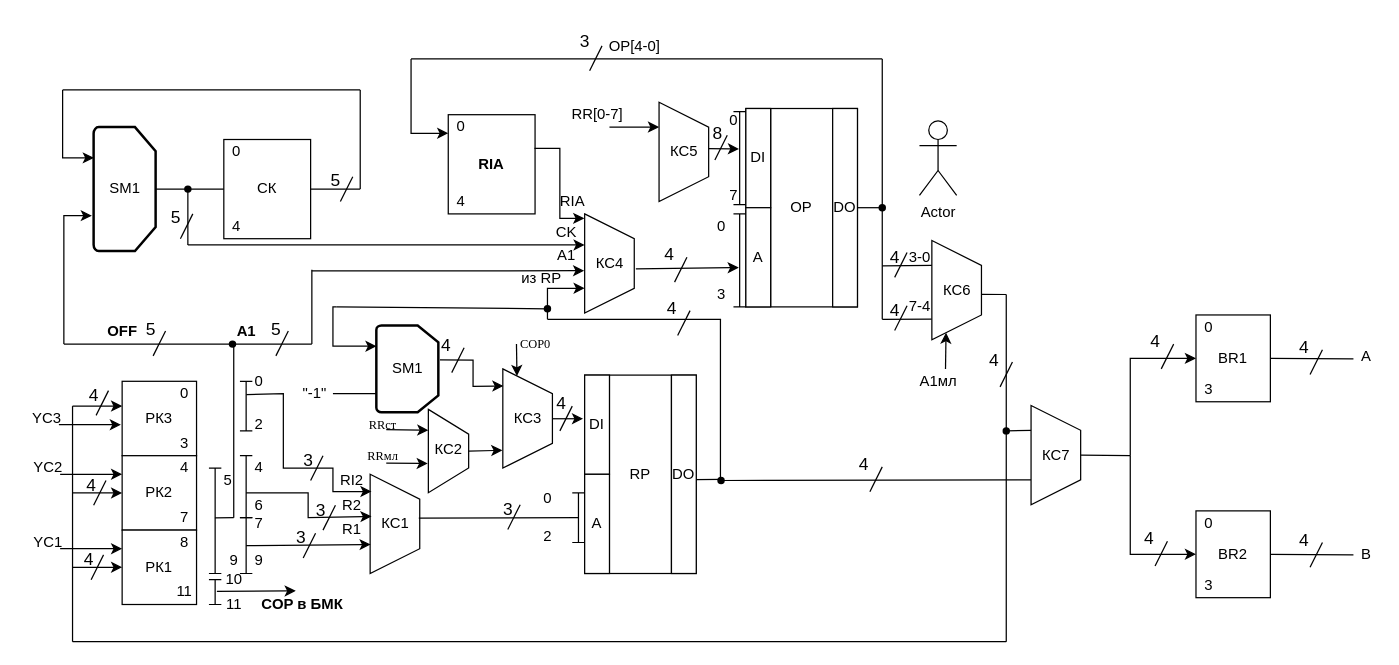
The draw.io diagram func_scheme_BUK.drawio in TimurQQ/Workshop, before the edit. Source tidied: cells renumbered, new cells numbered last; positions are measured from the earlier drawing's top-left corner, leaving out a move shared by most shapes. Both pictures are drawn from the tidied source at 124%, with x=0, y=0 at pixel (21, 21).
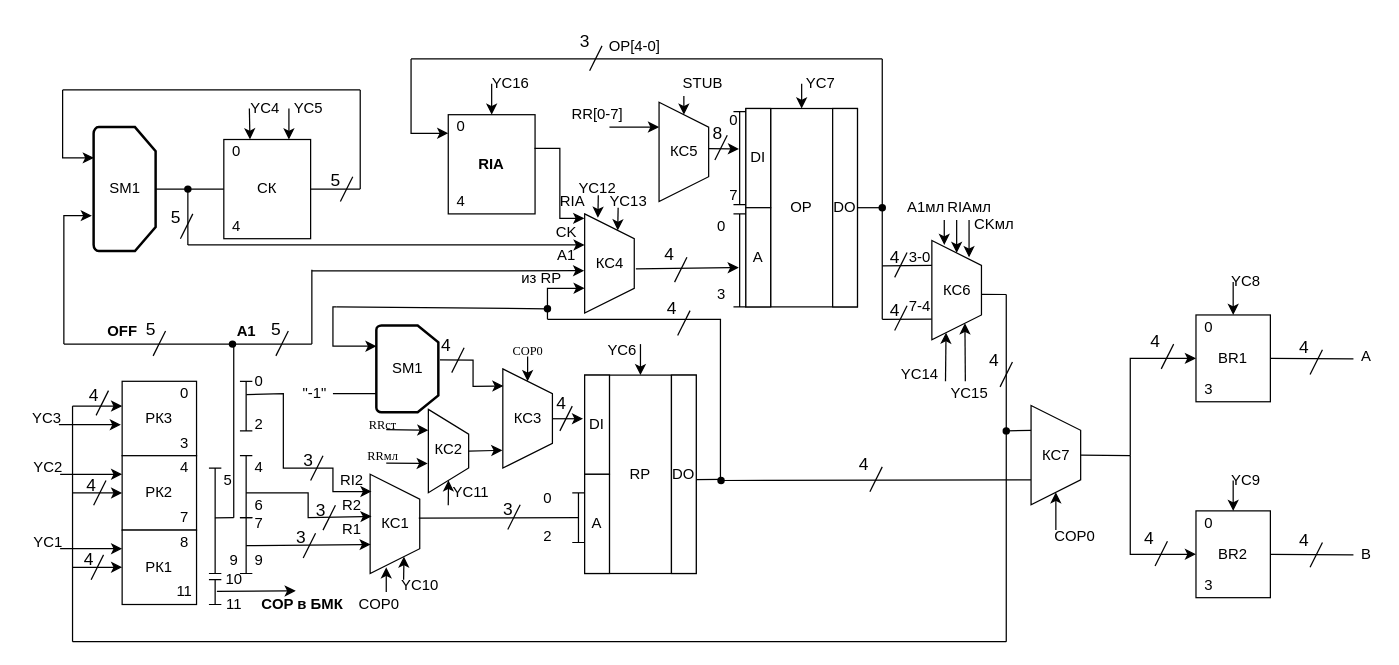
The same page after the edit.

Unchanged cells that the change refers to:
```xml
<mxCell id="2" value="СК" style="rounded=0;whiteSpace=wrap;html=1;" parent="1" vertex="1">
  <mxGeometry x="163" y="95" width="70" height="80" as="geometry" />
</mxCell>
<mxCell id="14" value="&lt;b&gt;RIA&lt;/b&gt;" style="rounded=0;whiteSpace=wrap;html=1;" parent="1" vertex="1">
  <mxGeometry x="344" y="75" width="70" height="80" as="geometry" />
</mxCell>
<mxCell id="26" value="BR1" style="rounded=0;whiteSpace=wrap;html=1;" parent="1" vertex="1">
  <mxGeometry x="947" y="236.5" width="60" height="70" as="geometry" />
</mxCell>
<mxCell id="29" value="BR2" style="rounded=0;whiteSpace=wrap;html=1;" parent="1" vertex="1">
  <mxGeometry x="947" y="394.5" width="60" height="70" as="geometry" />
</mxCell>
<mxCell id="47" value="OP" style="shape=process;whiteSpace=wrap;html=1;backgroundOutline=1;size=0.2222222222222222;" parent="1" vertex="1">
  <mxGeometry x="584" y="70" width="90" height="160" as="geometry" />
</mxCell>
<mxCell id="50" value="RP" style="shape=process;whiteSpace=wrap;html=1;backgroundOutline=1;size=0.2222222222222222;" parent="1" vertex="1">
  <mxGeometry x="454" y="285" width="90" height="160" as="geometry" />
</mxCell>
<mxCell id="62" style="shape=trapezoid;perimeter=trapezoidPerimeter;whiteSpace=wrap;html=1;fixedSize=1;rotation=90;" parent="1" vertex="1">
  <mxGeometry x="261" y="385" width="80" height="40" as="geometry" />
</mxCell>
<mxCell id="94" style="shape=trapezoid;perimeter=trapezoidPerimeter;whiteSpace=wrap;html=1;fixedSize=1;rotation=90;" parent="1" vertex="1">
  <mxGeometry x="434" y="175" width="80" height="40" as="geometry" />
</mxCell>
<mxCell id="99" style="shape=trapezoid;perimeter=trapezoidPerimeter;whiteSpace=wrap;html=1;fixedSize=1;rotation=90;" parent="1" vertex="1">
  <mxGeometry x="368" y="300" width="80" height="40" as="geometry" />
</mxCell>
<mxCell id="104" style="shape=trapezoid;perimeter=trapezoidPerimeter;whiteSpace=wrap;html=1;fixedSize=1;rotation=90;" parent="1" vertex="1">
  <mxGeometry x="714" y="196.5" width="80" height="40" as="geometry" />
</mxCell>
<mxCell id="160" style="shape=trapezoid;perimeter=trapezoidPerimeter;whiteSpace=wrap;html=1;fixedSize=1;rotation=90;" parent="1" vertex="1">
  <mxGeometry x="794" y="329.5" width="80" height="40" as="geometry" />
</mxCell>
<mxCell id="196" style="shape=trapezoid;perimeter=trapezoidPerimeter;whiteSpace=wrap;html=1;fixedSize=1;rotation=90;" parent="1" vertex="1">
  <mxGeometry x="310.6" y="330" width="67.2" height="32.5" as="geometry" />
</mxCell>
<mxCell id="209" style="shape=trapezoid;perimeter=trapezoidPerimeter;whiteSpace=wrap;html=1;fixedSize=1;rotation=90;" parent="1" vertex="1">
  <mxGeometry x="494" y="85" width="80" height="40" as="geometry" />
</mxCell>
```

Change to the diagram source:
```diff
@@
-    <mxCell id="106" style="endArrow=classic;html=1;rounded=0;entryX=1;entryY=0.75;entryDx=0;entryDy=0;" parent="1" edge="1" target="104">
+    <mxCell id="106" style="endArrow=classic;html=1;rounded=0;" parent="1" edge="1">
       <mxGeometry relative="1" as="geometry">
-        <mxPoint x="745" y="280" as="sourcePoint" />
+        <mxPoint x="744" y="160" as="sourcePoint" />
+        <mxPoint x="744" y="180" as="targetPoint" />
       </mxGeometry>
     </mxCell>
     <mxCell id="107" value="А1мл" style="text;html=1;align=center;verticalAlign=middle;points=[];strokeColor=none;fillColor=none;" parent="1" vertex="1">
-      <mxGeometry x="714" y="280" width="50" height="20" as="geometry" />
+      <mxGeometry x="704" y="140" width="50" height="20" as="geometry" />
     </mxCell>
@@
-    <mxCell id="159" value="Actor" style="shape=umlActor;verticalLabelPosition=bottom;verticalAlign=top;html=1;" parent="1" vertex="1">
-      <mxGeometry x="724" y="80" width="30" height="60" as="geometry" />
-    </mxCell>
@@
-    <mxCell id="207" style="endArrow=classic;html=1;rounded=0;fontFamily=Times New Roman;fontSize=10;entryX=0;entryY=0.75;entryDx=0;entryDy=0;" parent="1" edge="1" target="99">
+    <mxCell id="207" style="endArrow=classic;html=1;rounded=0;fontFamily=Times New Roman;fontSize=10;entryX=0;entryY=0.5;entryDx=0;entryDy=0;" parent="1" edge="1" target="99">
       <mxGeometry relative="1" as="geometry">
-        <mxPoint x="399" y="260" as="sourcePoint" />
+        <mxPoint x="408" y="270" as="sourcePoint" />
       </mxGeometry>
     </mxCell>
     <mxCell id="208" value="COP0" style="text;html=1;align=center;verticalAlign=middle;strokeColor=none;fillColor=none;fontSize=10;fontFamily=Times New Roman;" parent="1" vertex="1">
-      <mxGeometry x="394" y="250" width="40" height="20" as="geometry" />
+      <mxGeometry x="388" y="255" width="40" height="20" as="geometry" />
     </mxCell>
@@
+    <mxCell id="219" style="endArrow=classic;html=1;rounded=0;fontFamily=Helvetica;fontSize=12;entryX=0.301;entryY=-0.001;entryDx=0;entryDy=0;entryPerimeter=0;" parent="1" edge="1" target="2">
+      <mxGeometry relative="1" as="geometry">
+        <mxPoint x="183.6" y="70" as="sourcePoint" />
+      </mxGeometry>
+    </mxCell>
+    <mxCell id="220" style="endArrow=classic;html=1;rounded=0;fontFamily=Helvetica;fontSize=12;entryX=0.75;entryY=0;entryDx=0;entryDy=0;" parent="1" edge="1" target="2">
+      <mxGeometry relative="1" as="geometry">
+        <mxPoint x="215.5" y="70" as="sourcePoint" />
+      </mxGeometry>
+    </mxCell>
+    <mxCell id="221" value="YC5" style="text;html=1;align=center;verticalAlign=middle;strokeColor=none;fillColor=none;fontSize=12;fontFamily=Helvetica;" parent="1" vertex="1">
+      <mxGeometry x="211" y="60" width="40" height="20" as="geometry" />
+    </mxCell>
+    <mxCell id="222" value="YC4" style="text;html=1;align=center;verticalAlign=middle;strokeColor=none;fillColor=none;fontSize=12;fontFamily=Helvetica;" parent="1" vertex="1">
+      <mxGeometry x="176" y="60" width="40" height="20" as="geometry" />
+    </mxCell>
+    <mxCell id="223" style="endArrow=classic;html=1;rounded=0;fontFamily=Helvetica;fontSize=12;entryX=0.5;entryY=0;entryDx=0;entryDy=0;" parent="1" edge="1" target="50">
+      <mxGeometry relative="1" as="geometry">
+        <mxPoint x="499" y="260" as="sourcePoint" />
+      </mxGeometry>
+    </mxCell>
+    <mxCell id="224" value="YC6" style="text;html=1;align=center;verticalAlign=middle;strokeColor=none;fillColor=none;fontSize=12;fontFamily=Helvetica;" parent="1" vertex="1">
+      <mxGeometry x="464" y="255" width="40" height="20" as="geometry" />
+    </mxCell>
+    <mxCell id="225" style="endArrow=classic;html=1;rounded=0;fontFamily=Helvetica;fontSize=12;entryX=0.5;entryY=0;entryDx=0;entryDy=0;" parent="1" edge="1" target="47">
+      <mxGeometry relative="1" as="geometry">
+        <mxPoint x="629" y="50" as="sourcePoint" />
+      </mxGeometry>
+    </mxCell>
+    <mxCell id="226" value="YC7" style="text;html=1;align=center;verticalAlign=middle;strokeColor=none;fillColor=none;fontSize=12;fontFamily=Helvetica;" parent="1" vertex="1">
+      <mxGeometry x="624" y="40" width="40" height="20" as="geometry" />
+    </mxCell>
+    <mxCell id="227" style="endArrow=classic;html=1;rounded=0;fontFamily=Helvetica;fontSize=12;entryX=0.5;entryY=0;entryDx=0;entryDy=0;" parent="1" edge="1" target="26">
+      <mxGeometry relative="1" as="geometry">
+        <mxPoint x="977" y="210" as="sourcePoint" />
+      </mxGeometry>
+    </mxCell>
+    <mxCell id="228" value="YC8" style="text;html=1;align=center;verticalAlign=middle;strokeColor=none;fillColor=none;fontSize=12;fontFamily=Helvetica;" parent="1" vertex="1">
+      <mxGeometry x="967" y="200" width="40" height="20" as="geometry" />
+    </mxCell>
+    <mxCell id="229" style="endArrow=classic;html=1;rounded=0;fontFamily=Helvetica;fontSize=12;entryX=0.5;entryY=0;entryDx=0;entryDy=0;" parent="1" edge="1" target="29">
+      <mxGeometry relative="1" as="geometry">
+        <mxPoint x="977" y="370" as="sourcePoint" />
+      </mxGeometry>
+    </mxCell>
+    <mxCell id="230" value="YC9" style="text;html=1;align=center;verticalAlign=middle;strokeColor=none;fillColor=none;fontSize=12;fontFamily=Helvetica;" parent="1" vertex="1">
+      <mxGeometry x="967" y="360" width="40" height="20" as="geometry" />
+    </mxCell>
+    <mxCell id="231" style="endArrow=classic;html=1;rounded=0;entryX=0;entryY=0.5;entryDx=0;entryDy=0;exitX=1;exitY=1;exitDx=0;exitDy=0;exitPerimeter=0;" parent="1" edge="1" source="107" target="104">
+      <mxGeometry relative="1" as="geometry" />
+    </mxCell>
+    <mxCell id="232" value="RIAмл" style="text;html=1;align=center;verticalAlign=middle;points=[];strokeColor=none;fillColor=none;" parent="1" vertex="1">
+      <mxGeometry x="739" y="140" width="50" height="20" as="geometry" />
+    </mxCell>
+    <mxCell id="233" style="endArrow=classic;html=1;rounded=0;exitX=0.5;exitY=1;exitDx=0;exitDy=0;exitPerimeter=0;" parent="1" edge="1" source="232">
+      <mxGeometry relative="1" as="geometry">
+        <mxPoint x="764" y="190" as="targetPoint" />
+      </mxGeometry>
+    </mxCell>
+    <mxCell id="234" value="CKмл" style="text;html=1;align=center;verticalAlign=middle;strokeColor=none;fillColor=none;fontSize=12;fontFamily=Helvetica;" parent="1" vertex="1">
+      <mxGeometry x="759" y="153.8" width="50" height="20" as="geometry" />
+    </mxCell>
+    <mxCell id="235" style="endArrow=classic;html=1;rounded=0;fontFamily=Helvetica;fontSize=12;" parent="1" edge="1">
+      <mxGeometry relative="1" as="geometry">
+        <mxPoint x="294" y="460" as="sourcePoint" />
+        <mxPoint x="294" y="440" as="targetPoint" />
+      </mxGeometry>
+    </mxCell>
+    <mxCell id="236" value="COP0" style="text;html=1;align=center;verticalAlign=middle;strokeColor=none;fillColor=none;fontSize=12;fontFamily=Helvetica;" parent="1" vertex="1">
+      <mxGeometry x="263" y="460" width="50" height="20" as="geometry" />
+    </mxCell>
+    <mxCell id="237" style="endArrow=classic;html=1;rounded=0;fontFamily=Helvetica;fontSize=12;entryX=0.829;entryY=0.318;entryDx=0;entryDy=0;entryPerimeter=0;" parent="1" edge="1" target="62">
+      <mxGeometry relative="1" as="geometry">
+        <mxPoint x="308" y="450" as="sourcePoint" />
+      </mxGeometry>
+    </mxCell>
+    <mxCell id="238" value="YC10" style="text;html=1;align=center;verticalAlign=middle;strokeColor=none;fillColor=none;fontSize=12;fontFamily=Helvetica;" parent="1" vertex="1">
+      <mxGeometry x="296" y="444.5" width="50" height="20" as="geometry" />
+    </mxCell>
+    <mxCell id="239" style="endArrow=classic;html=1;rounded=0;fontFamily=Helvetica;fontSize=12;entryX=1;entryY=0.5;entryDx=0;entryDy=0;" parent="1" edge="1" target="196">
+      <mxGeometry relative="1" as="geometry">
+        <mxPoint x="344" y="390" as="sourcePoint" />
+      </mxGeometry>
+    </mxCell>
+    <mxCell id="240" value="YC11" style="text;html=1;align=center;verticalAlign=middle;strokeColor=none;fillColor=none;fontSize=12;fontFamily=Helvetica;" parent="1" vertex="1">
+      <mxGeometry x="342" y="370" width="40" height="20" as="geometry" />
+    </mxCell>
+    <mxCell id="241" style="endArrow=classic;html=1;rounded=0;fontFamily=Helvetica;fontSize=12;entryX=0.039;entryY=0.733;entryDx=0;entryDy=0;entryPerimeter=0;" parent="1" edge="1" target="94">
+      <mxGeometry relative="1" as="geometry">
+        <mxPoint x="465" y="140" as="sourcePoint" />
+      </mxGeometry>
+    </mxCell>
+    <mxCell id="242" value="YC12" style="text;html=1;align=center;verticalAlign=middle;strokeColor=none;fillColor=none;fontSize=12;fontFamily=Helvetica;" parent="1" vertex="1">
+      <mxGeometry x="439" y="125" width="50" height="20" as="geometry" />
+    </mxCell>
+    <mxCell id="243" style="endArrow=classic;html=1;rounded=0;fontFamily=Helvetica;fontSize=12;entryX=0;entryY=0.25;entryDx=0;entryDy=0;" parent="1" edge="1" target="94">
+      <mxGeometry relative="1" as="geometry">
+        <mxPoint x="481" y="150" as="sourcePoint" />
+      </mxGeometry>
+    </mxCell>
+    <mxCell id="244" value="YC13" style="text;html=1;align=center;verticalAlign=middle;strokeColor=none;fillColor=none;fontSize=12;fontFamily=Helvetica;" parent="1" vertex="1">
+      <mxGeometry x="464" y="135" width="50" height="20" as="geometry" />
+    </mxCell>
+    <mxCell id="245" style="endArrow=classic;html=1;rounded=0;fontFamily=Helvetica;fontSize=12;entryX=0;entryY=0.5;entryDx=0;entryDy=0;" parent="1" edge="1" target="209">
+      <mxGeometry relative="1" as="geometry">
+        <mxPoint x="534" y="60" as="sourcePoint" />
+      </mxGeometry>
+    </mxCell>
+    <mxCell id="246" value="STUB" style="text;html=1;align=center;verticalAlign=middle;strokeColor=none;fillColor=none;fontSize=12;fontFamily=Helvetica;" parent="1" vertex="1">
+      <mxGeometry x="524" y="40" width="50" height="20" as="geometry" />
+    </mxCell>
+    <mxCell id="247" style="endArrow=classic;html=1;rounded=0;fontFamily=Helvetica;fontSize=12;entryX=1;entryY=0.5;entryDx=0;entryDy=0;" parent="1" edge="1" target="160">
+      <mxGeometry relative="1" as="geometry">
+        <mxPoint x="834" y="410" as="sourcePoint" />
+      </mxGeometry>
+    </mxCell>
+    <mxCell id="248" value="COP0" style="text;html=1;align=center;verticalAlign=middle;strokeColor=none;fillColor=none;fontSize=12;fontFamily=Helvetica;" parent="1" vertex="1">
+      <mxGeometry x="824" y="405" width="50" height="20" as="geometry" />
+    </mxCell>
+    <mxCell id="249" style="endArrow=classic;html=1;rounded=0;fontFamily=Helvetica;fontSize=12;entryX=0.5;entryY=0;entryDx=0;entryDy=0;" parent="1" edge="1" target="14">
+      <mxGeometry relative="1" as="geometry">
+        <mxPoint x="379" y="50" as="sourcePoint" />
+      </mxGeometry>
+    </mxCell>
+    <mxCell id="250" value="YC16" style="text;html=1;align=center;verticalAlign=middle;strokeColor=none;fillColor=none;fontSize=12;fontFamily=Helvetica;" parent="1" vertex="1">
+      <mxGeometry x="369" y="40" width="50" height="20" as="geometry" />
+    </mxCell>
+    <mxCell id="251" style="endArrow=classic;html=1;rounded=0;fontFamily=Helvetica;fontSize=12;entryX=1;entryY=0.75;entryDx=0;entryDy=0;" parent="1" edge="1" target="104">
+      <mxGeometry relative="1" as="geometry">
+        <mxPoint x="745" y="290" as="sourcePoint" />
+      </mxGeometry>
+    </mxCell>
+    <mxCell id="252" style="endArrow=classic;html=1;rounded=0;fontFamily=Helvetica;fontSize=12;entryX=1;entryY=0.25;entryDx=0;entryDy=0;" parent="1" edge="1" target="104">
+      <mxGeometry relative="1" as="geometry">
+        <mxPoint x="761" y="290" as="sourcePoint" />
+      </mxGeometry>
+    </mxCell>
+    <mxCell id="253" value="YC14" style="text;html=1;align=center;verticalAlign=middle;strokeColor=none;fillColor=none;fontSize=12;fontFamily=Helvetica;" parent="1" vertex="1">
+      <mxGeometry x="699" y="275" width="50" height="20" as="geometry" />
+    </mxCell>
+    <mxCell id="254" value="YC15" style="text;html=1;align=center;verticalAlign=middle;strokeColor=none;fillColor=none;fontSize=12;fontFamily=Helvetica;" parent="1" vertex="1">
+      <mxGeometry x="739" y="290" width="50" height="20" as="geometry" />
+    </mxCell>
```
